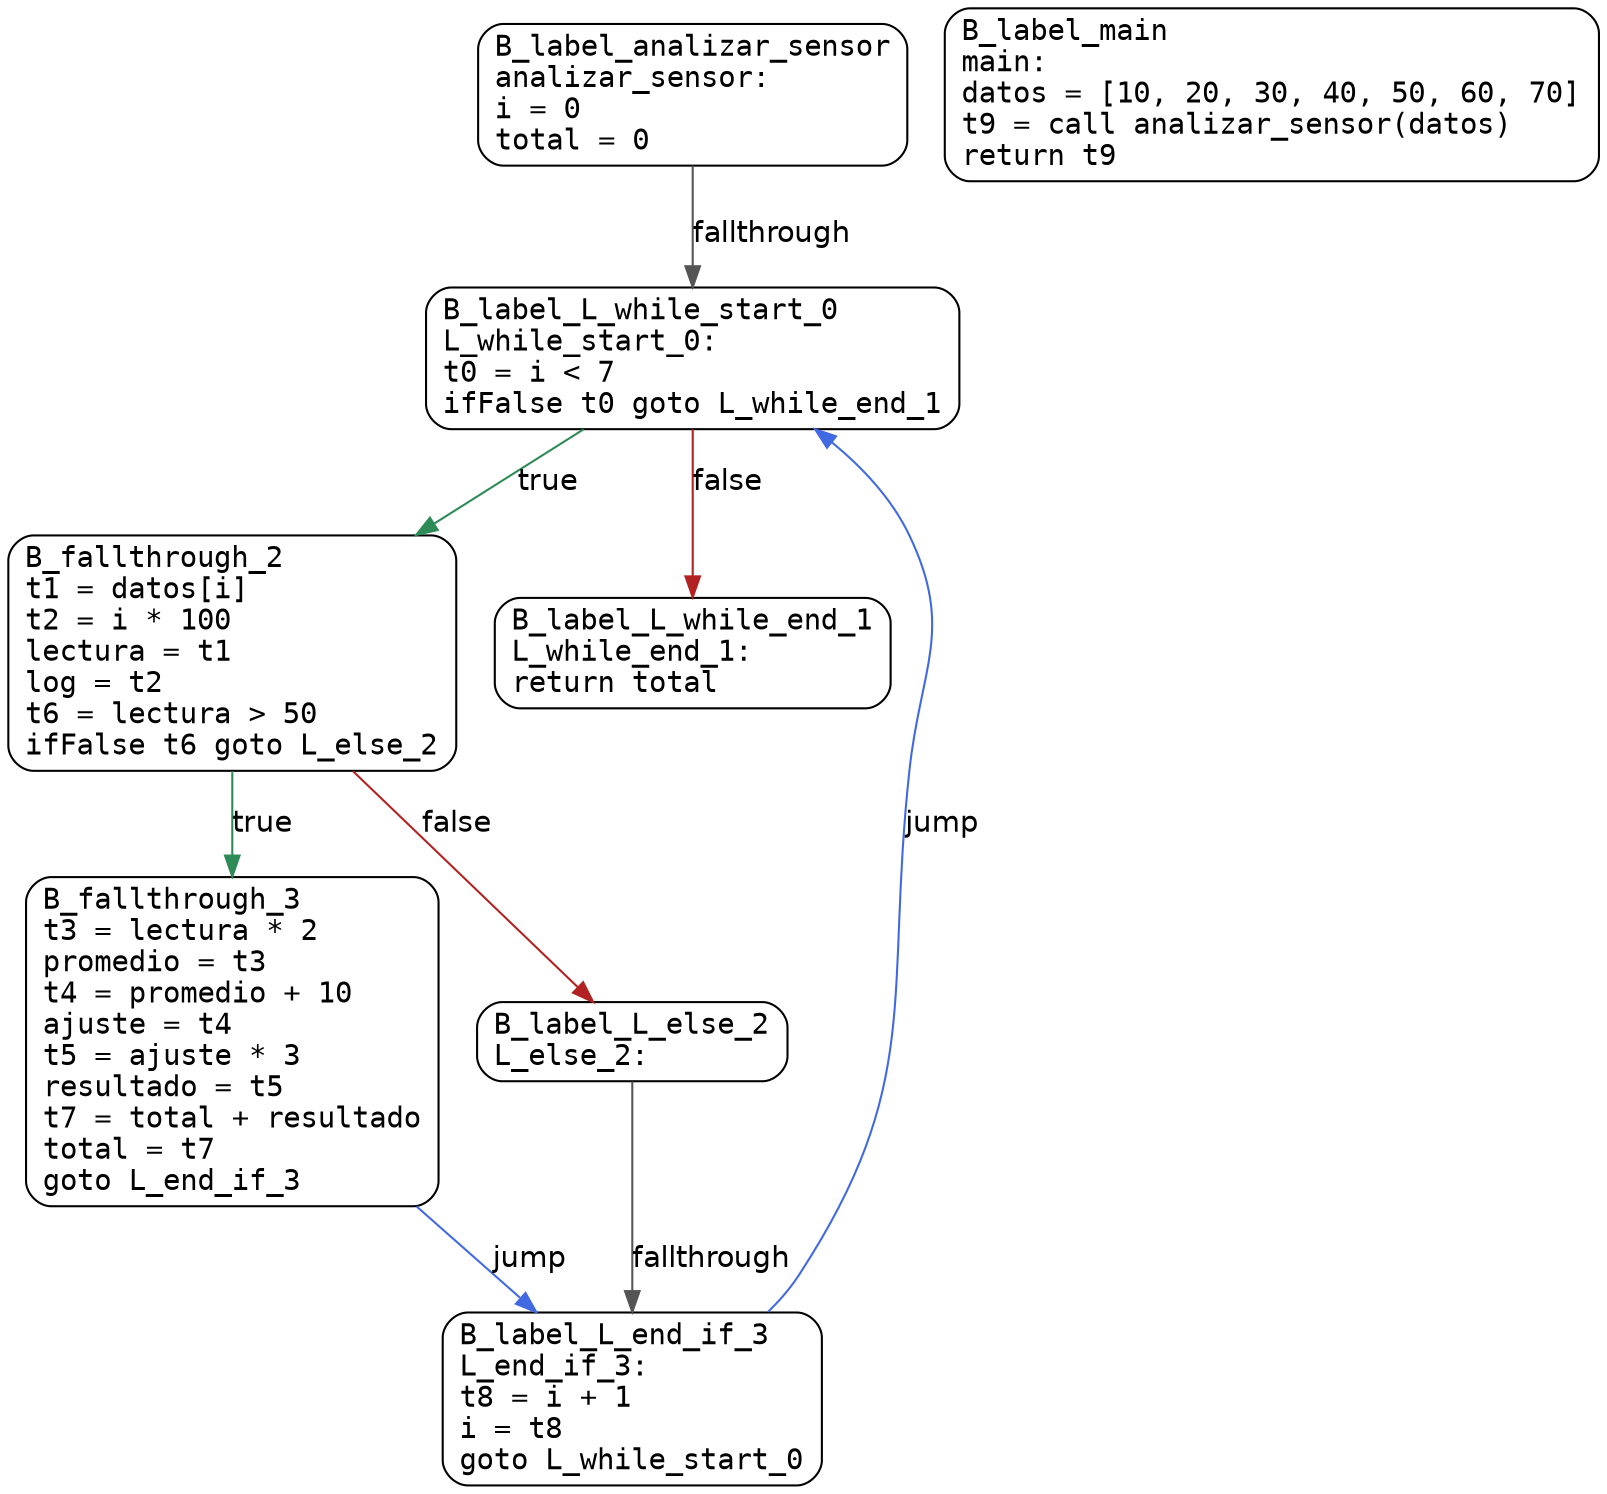
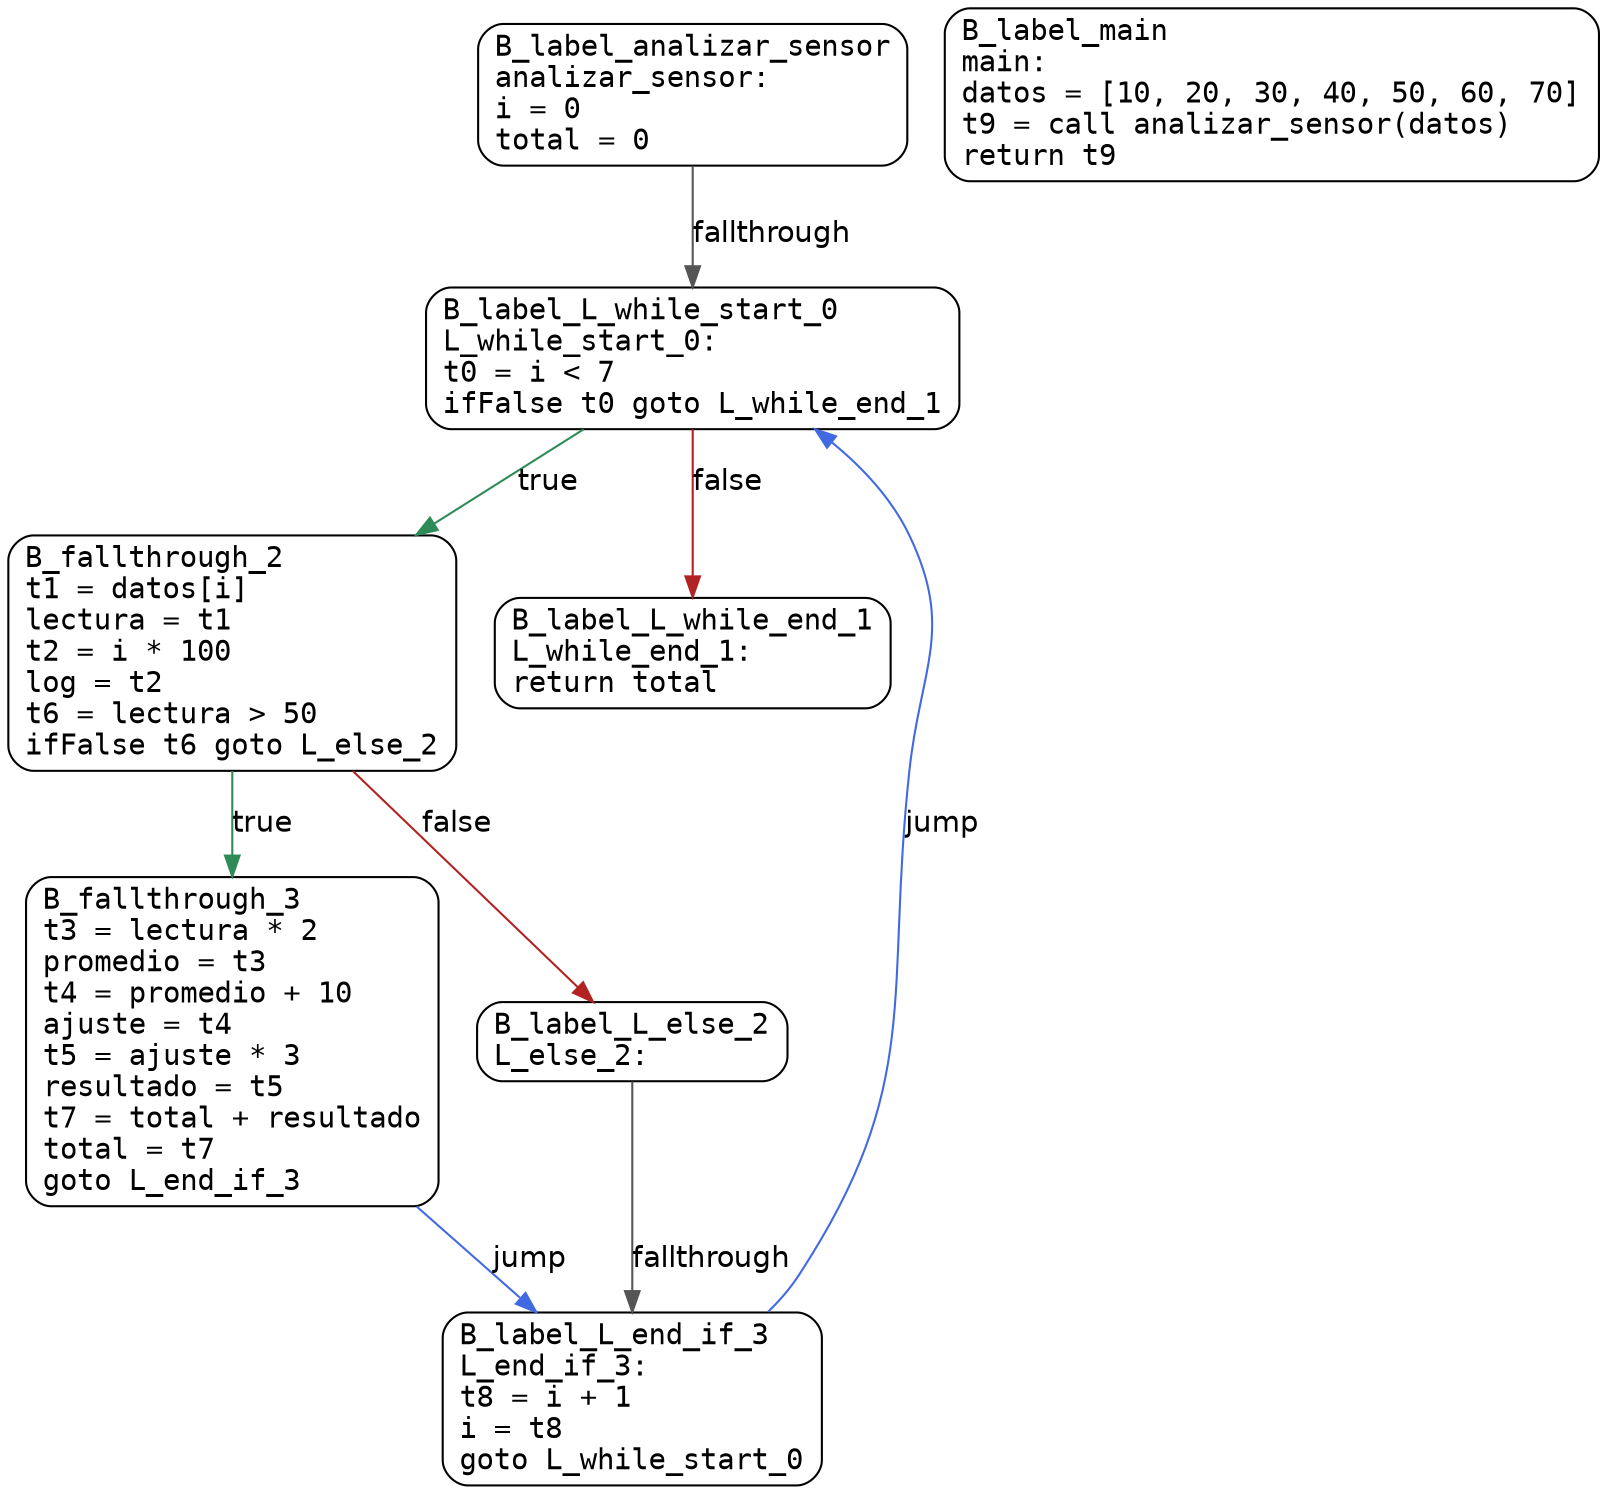
digraph "Reordenamiento.reorder" {
  rankdir=TB;
  graph [fontname="Helvetica", labelloc="t"];
  node [shape=box, fontname="Courier", style="rounded"];
  edge [fontname="Helvetica"];

  "B_label_analizar_sensor" [label="B_label_analizar_sensor\lanalizar_sensor:\li = 0\ltotal = 0\l"];
  "B_label_L_while_start_0" [label="B_label_L_while_start_0\lL_while_start_0:\lt0 = i < 7\lifFalse t0 goto L_while_end_1\l"];
-   "B_fallthrough_2" [label="B_fallthrough_2\lt1 = datos[i]\lt2 = i * 100\llectura = t1\llog = t2\lt6 = lectura > 50\lifFalse t6 goto L_else_2\l"];
+   "B_fallthrough_2" [label="B_fallthrough_2\lt1 = datos[i]\llectura = t1\lt2 = i * 100\llog = t2\lt6 = lectura > 50\lifFalse t6 goto L_else_2\l"];
  "B_fallthrough_3" [label="B_fallthrough_3\lt3 = lectura * 2\lpromedio = t3\lt4 = promedio + 10\lajuste = t4\lt5 = ajuste * 3\lresultado = t5\lt7 = total + resultado\ltotal = t7\lgoto L_end_if_3\l"];
  "B_label_L_else_2" [label="B_label_L_else_2\lL_else_2:\l"];
  "B_label_L_end_if_3" [label="B_label_L_end_if_3\lL_end_if_3:\lt8 = i + 1\li = t8\lgoto L_while_start_0\l"];
  "B_label_L_while_end_1" [label="B_label_L_while_end_1\lL_while_end_1:\lreturn total\l"];
  "B_label_main" [label="B_label_main\lmain:\ldatos = [10, 20, 30, 40, 50, 60, 70]\lt9 = call analizar_sensor(datos)\lreturn t9\l"];

  "B_label_analizar_sensor" -> "B_label_L_while_start_0" [label="fallthrough", color="#555555"];
  "B_label_L_while_start_0" -> "B_label_L_while_end_1" [label="false", color="#B22222"];
  "B_label_L_while_start_0" -> "B_fallthrough_2" [label="true", color="#2E8B57"];
  "B_fallthrough_2" -> "B_label_L_else_2" [label="false", color="#B22222"];
  "B_fallthrough_2" -> "B_fallthrough_3" [label="true", color="#2E8B57"];
  "B_fallthrough_3" -> "B_label_L_end_if_3" [label="jump", color="#4169E1"];
  "B_label_L_else_2" -> "B_label_L_end_if_3" [label="fallthrough", color="#555555"];
  "B_label_L_end_if_3" -> "B_label_L_while_start_0" [label="jump", color="#4169E1"];
}
